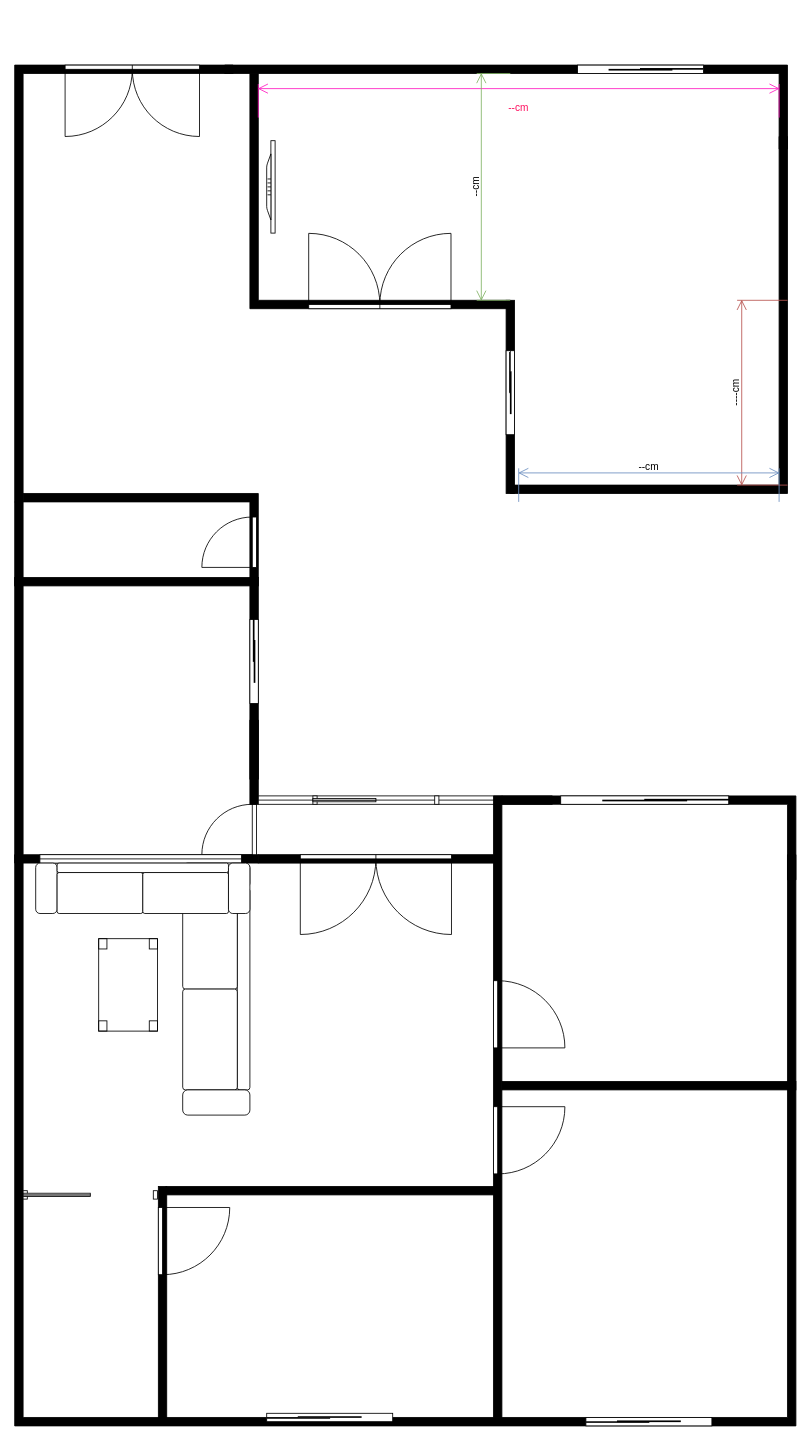
This is L房型.drawio from MeiziziT/es6, a draw.io file, before an edit. Source tidied: cells renumbered, new cells numbered last; positions are measured from the earlier drawing's top-left corner, leaving out a move shared by most shapes. Both pictures are drawn from the tidied source at 84%, with x=0, y=0 at pixel (14, 65).
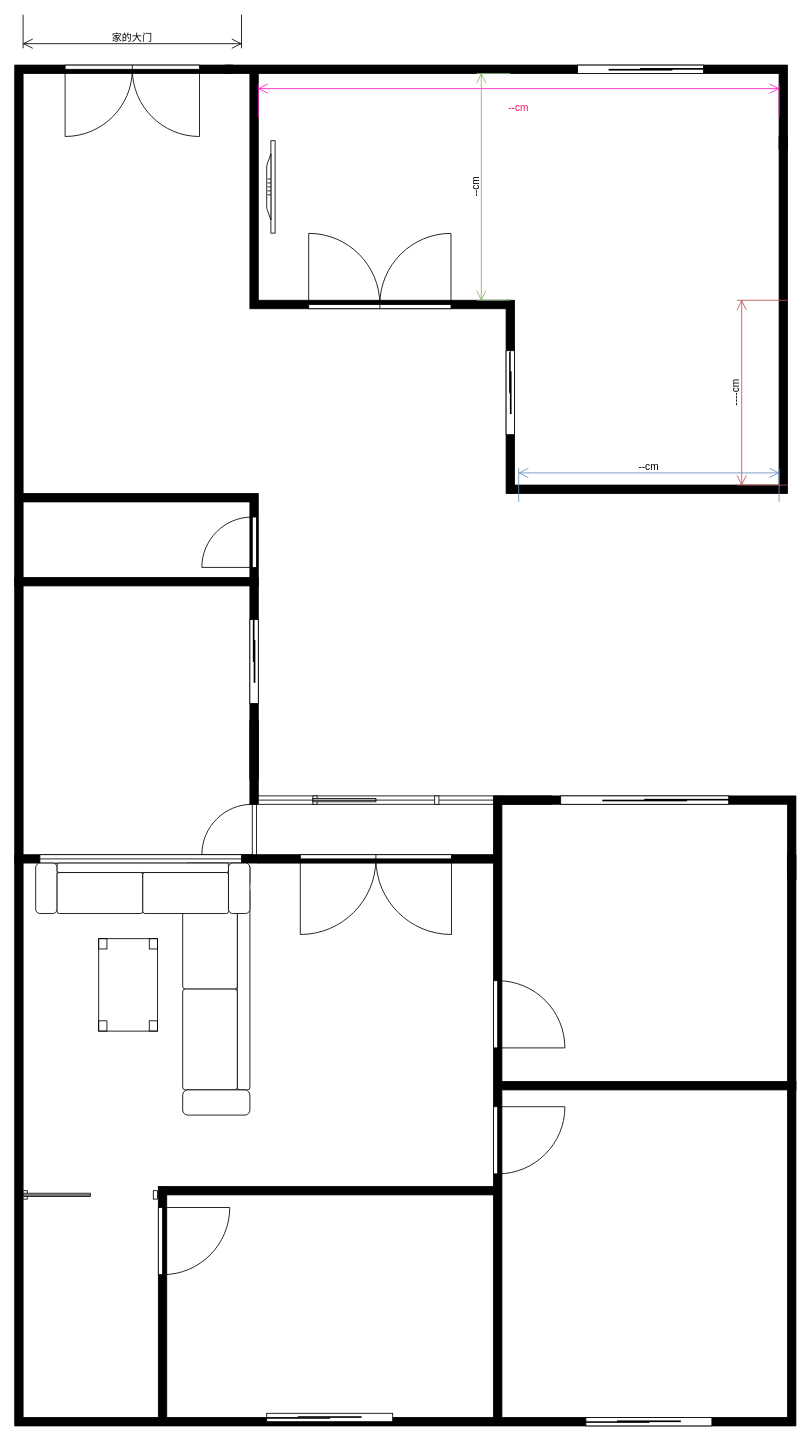
The same page after the edit.

The edit, as a diff of the source:
```diff
@@
+    <mxCell id="45" value="家的大门" style="shape=dimension;whiteSpace=wrap;html=1;align=center;verticalAlign=bottom;spacingBottom=3;labelBackgroundColor=none;" parent="1" vertex="1">
+      <mxGeometry x="10" y="-60" width="260" height="40" as="geometry" />
+    </mxCell>
```
